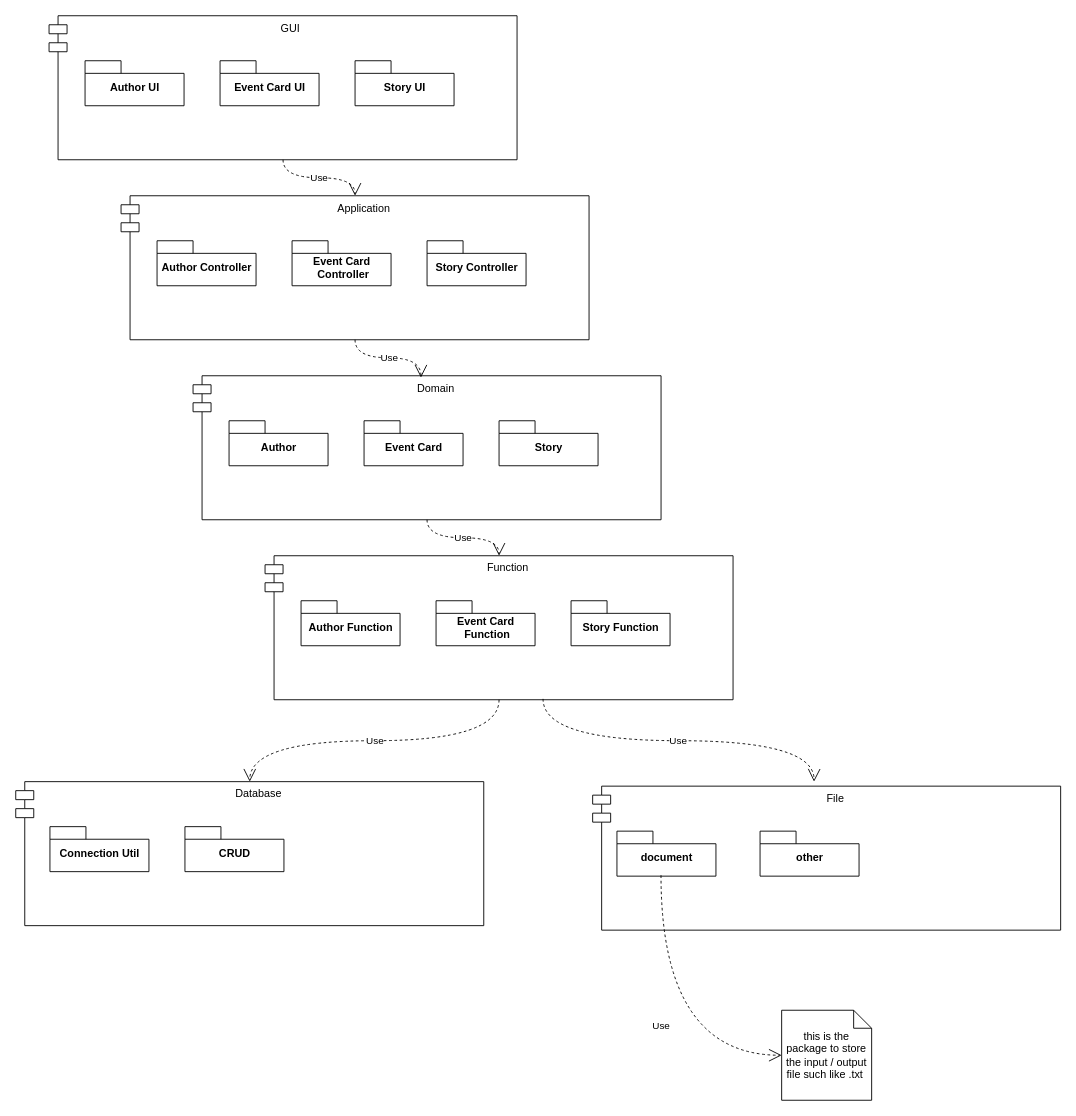
This is page "Page-1" (1 of 2) of Document/Diagram/Architectures.drawio from Fei-D20/D20_2nd_semester_final_exam_project, a draw.io file, before an edit. Source tidied: cells renumbered, new cells numbered last; positions are measured from the earlier drawing's top-left corner, leaving out a move shared by most shapes. Both pictures are drawn from the tidied source at 90%, with x=0, y=0 at pixel (15, 15).
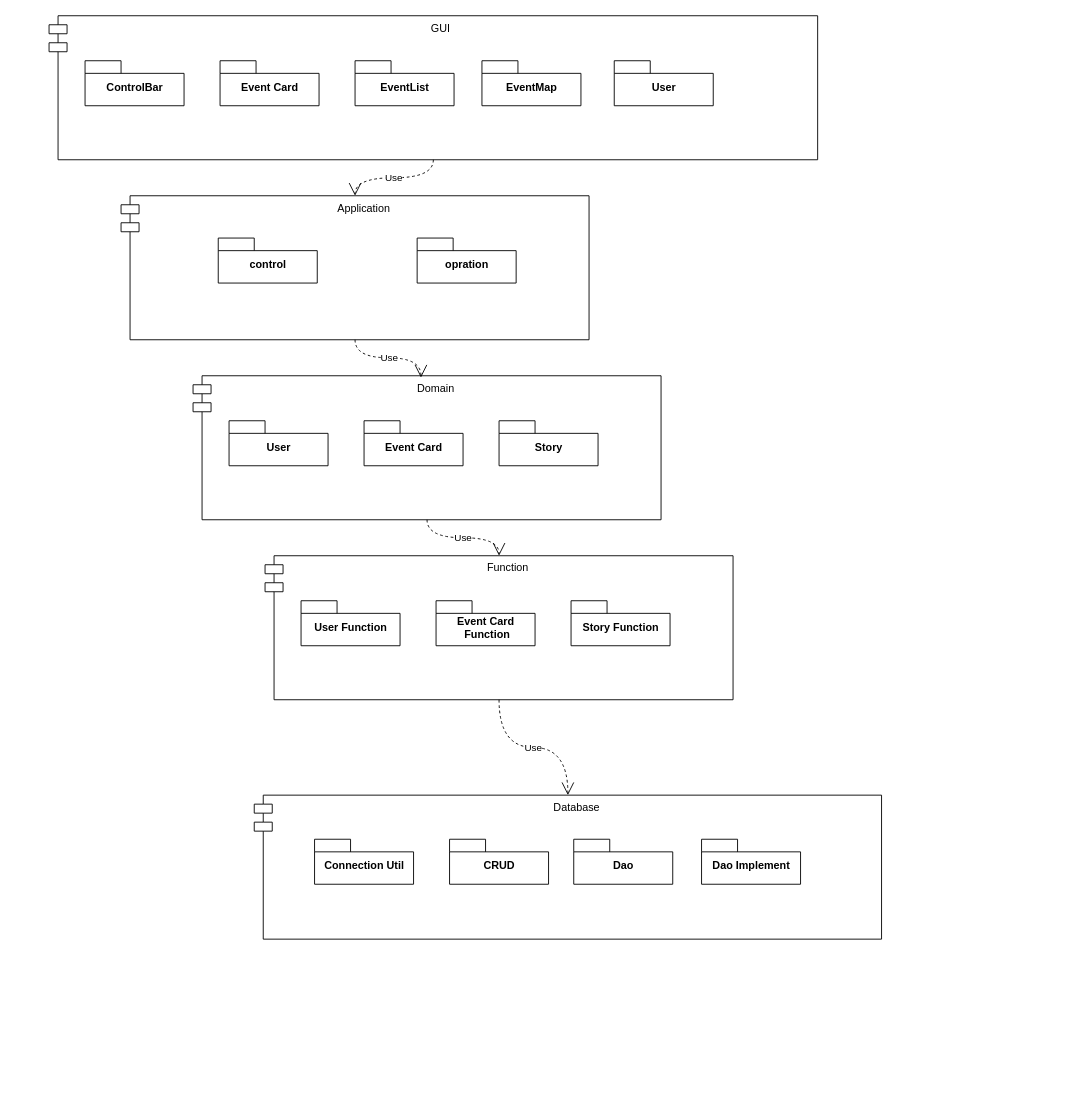
Above is the later version.

Commit message (it also covers changes not shown here):
i guess this is the final version for coding

The change refers to these unchanged cells:
```xml
<mxCell id="14" value="Function" style="shape=module;align=left;spacingLeft=20;align=center;verticalAlign=top;" parent="1" vertex="1">
  <mxGeometry x="277" y="600" width="520" height="160" as="geometry" />
</mxCell>
```

The edit, as a diff of the source:
```diff
@@
+    <mxCell id="18" value="Database" style="shape=module;align=left;spacingLeft=20;align=center;verticalAlign=top;" parent="1" vertex="1">
+      <mxGeometry x="265" y="866" width="697" height="160" as="geometry" />
+    </mxCell>
     <mxCell id="2" value="GUI " style="shape=module;align=left;spacingLeft=20;align=center;verticalAlign=top;" parent="1" vertex="1">
-      <mxGeometry x="37" width="520" height="160" as="geometry" />
+      <mxGeometry x="37" width="854" height="160" as="geometry" />
     </mxCell>
-    <mxCell id="3" value="Author UI" style="shape=folder;fontStyle=1;spacingTop=10;tabWidth=40;tabHeight=14;tabPosition=left;html=1;" parent="1" vertex="1">
+    <mxCell id="3" value="ControlBar" style="shape=folder;fontStyle=1;spacingTop=10;tabWidth=40;tabHeight=14;tabPosition=left;html=1;" parent="1" vertex="1">
       <mxGeometry x="77" y="50" width="110" height="50" as="geometry" />
     </mxCell>
-    <mxCell id="4" value="Event Card UI" style="shape=folder;fontStyle=1;spacingTop=10;tabWidth=40;tabHeight=14;tabPosition=left;html=1;" parent="1" vertex="1">
+    <mxCell id="4" value="Event Card" style="shape=folder;fontStyle=1;spacingTop=10;tabWidth=40;tabHeight=14;tabPosition=left;html=1;" parent="1" vertex="1">
       <mxGeometry x="227" y="50" width="110" height="50" as="geometry" />
     </mxCell>
-    <mxCell id="5" value="Story UI" style="shape=folder;fontStyle=1;spacingTop=10;tabWidth=40;tabHeight=14;tabPosition=left;html=1;" parent="1" vertex="1">
+    <mxCell id="5" value="EventList" style="shape=folder;fontStyle=1;spacingTop=10;tabWidth=40;tabHeight=14;tabPosition=left;html=1;" parent="1" vertex="1">
       <mxGeometry x="377" y="50" width="110" height="50" as="geometry" />
     </mxCell>
@@
-    <mxCell id="7" value="Author Controller" style="shape=folder;fontStyle=1;spacingTop=10;tabWidth=40;tabHeight=14;tabPosition=left;html=1;" parent="1" vertex="1">
-      <mxGeometry x="157" y="250" width="110" height="50" as="geometry" />
-    </mxCell>
-    <mxCell id="8" value="Event Card&lt;br&gt;&amp;nbsp;Controller" style="shape=folder;fontStyle=1;spacingTop=10;tabWidth=40;tabHeight=14;tabPosition=left;html=1;" parent="1" vertex="1">
-      <mxGeometry x="307" y="250" width="110" height="50" as="geometry" />
+    <mxCell id="8" value="control" style="shape=folder;fontStyle=1;spacingTop=10;tabWidth=40;tabHeight=14;tabPosition=left;html=1;" parent="1" vertex="1">
+      <mxGeometry x="225" y="247" width="110" height="50" as="geometry" />
     </mxCell>
-    <mxCell id="9" value="Story Controller" style="shape=folder;fontStyle=1;spacingTop=10;tabWidth=40;tabHeight=14;tabPosition=left;html=1;" parent="1" vertex="1">
-      <mxGeometry x="457" y="250" width="110" height="50" as="geometry" />
+    <mxCell id="9" value="opration" style="shape=folder;fontStyle=1;spacingTop=10;tabWidth=40;tabHeight=14;tabPosition=left;html=1;" parent="1" vertex="1">
+      <mxGeometry x="446" y="247" width="110" height="50" as="geometry" />
     </mxCell>
@@
-    <mxCell id="11" value="Author" style="shape=folder;fontStyle=1;spacingTop=10;tabWidth=40;tabHeight=14;tabPosition=left;html=1;" parent="1" vertex="1">
+    <mxCell id="11" value="User" style="shape=folder;fontStyle=1;spacingTop=10;tabWidth=40;tabHeight=14;tabPosition=left;html=1;" parent="1" vertex="1">
       <mxGeometry x="237" y="450" width="110" height="50" as="geometry" />
     </mxCell>
@@
-    <mxCell id="15" value="Author Function" style="shape=folder;fontStyle=1;spacingTop=10;tabWidth=40;tabHeight=14;tabPosition=left;html=1;" parent="1" vertex="1">
+    <mxCell id="15" value="User Function" style="shape=folder;fontStyle=1;spacingTop=10;tabWidth=40;tabHeight=14;tabPosition=left;html=1;" parent="1" vertex="1">
       <mxGeometry x="317" y="650" width="110" height="50" as="geometry" />
     </mxCell>
@@
-    <mxCell id="18" value="Database" style="shape=module;align=left;spacingLeft=20;align=center;verticalAlign=top;" parent="1" vertex="1">
-      <mxGeometry y="851" width="520" height="160" as="geometry" />
-    </mxCell>
     <mxCell id="19" value="Connection Util" style="shape=folder;fontStyle=1;spacingTop=10;tabWidth=40;tabHeight=14;tabPosition=left;html=1;" parent="1" vertex="1">
-      <mxGeometry x="38" y="901" width="110" height="50" as="geometry" />
+      <mxGeometry x="332" y="915" width="110" height="50" as="geometry" />
     </mxCell>
     <mxCell id="20" value="CRUD" style="shape=folder;fontStyle=1;spacingTop=10;tabWidth=40;tabHeight=14;tabPosition=left;html=1;" parent="1" vertex="1">
-      <mxGeometry x="188" y="901" width="110" height="50" as="geometry" />
+      <mxGeometry x="482" y="915" width="110" height="50" as="geometry" />
     </mxCell>
@@
-    <mxCell id="25" value="File" style="shape=module;align=left;spacingLeft=20;align=center;verticalAlign=top;" parent="1" vertex="1">
-      <mxGeometry x="641" y="856" width="520" height="160" as="geometry" />
-    </mxCell>
-    <mxCell id="26" value="Use" style="endArrow=open;endSize=12;dashed=1;html=1;edgeStyle=orthogonalEdgeStyle;curved=1;exitX=0.594;exitY=0.994;exitDx=0;exitDy=0;exitPerimeter=0;" parent="1" edge="1" source="14">
-      <mxGeometry relative="1" as="geometry">
-        <mxPoint x="887" y="851" as="targetPoint" />
-      </mxGeometry>
-    </mxCell>
-    <mxCell id="27" value="other" style="shape=folder;fontStyle=1;spacingTop=10;tabWidth=40;tabHeight=14;tabPosition=left;html=1;" parent="1" vertex="1">
-      <mxGeometry x="827" y="906" width="110" height="50" as="geometry" />
-    </mxCell>
-    <mxCell id="28" value="document" style="shape=folder;fontStyle=1;spacingTop=10;tabWidth=40;tabHeight=14;tabPosition=left;html=1;" parent="1" vertex="1">
-      <mxGeometry x="668" y="906" width="110" height="50" as="geometry" />
-    </mxCell>
-    <mxCell id="29" value="this is the package to store the input / output file such like .txt&amp;nbsp;" style="shape=note;size=20;whiteSpace=wrap;html=1;" parent="1" vertex="1">
-      <mxGeometry x="851" y="1105" width="100" height="100" as="geometry" />
-    </mxCell>
-    <mxCell id="30" value="Use" style="endArrow=open;endSize=12;dashed=1;html=1;edgeStyle=orthogonalEdgeStyle;curved=1;exitX=0.445;exitY=0.98;exitDx=0;exitDy=0;exitPerimeter=0;entryX=0;entryY=0.5;entryDx=0;entryDy=0;entryPerimeter=0;" parent="1" edge="1" source="28" target="29">
-      <mxGeometry relative="1" as="geometry" />
-    </mxCell>
+    <mxCell id="31" value="EventMap" style="shape=folder;fontStyle=1;spacingTop=10;tabWidth=40;tabHeight=14;tabPosition=left;html=1;" parent="1" vertex="1">
+      <mxGeometry x="518" y="50" width="110" height="50" as="geometry" />
+    </mxCell>
+    <mxCell id="32" value="User" style="shape=folder;fontStyle=1;spacingTop=10;tabWidth=40;tabHeight=14;tabPosition=left;html=1;" parent="1" vertex="1">
+      <mxGeometry x="665" y="50" width="110" height="50" as="geometry" />
+    </mxCell>
+    <mxCell id="33" value="Dao" style="shape=folder;fontStyle=1;spacingTop=10;tabWidth=40;tabHeight=14;tabPosition=left;html=1;" parent="1" vertex="1">
+      <mxGeometry x="620" y="915" width="110" height="50" as="geometry" />
+    </mxCell>
+    <mxCell id="34" value="Dao Implement" style="shape=folder;fontStyle=1;spacingTop=10;tabWidth=40;tabHeight=14;tabPosition=left;html=1;" parent="1" vertex="1">
+      <mxGeometry x="762" y="915" width="110" height="50" as="geometry" />
+    </mxCell>
```
